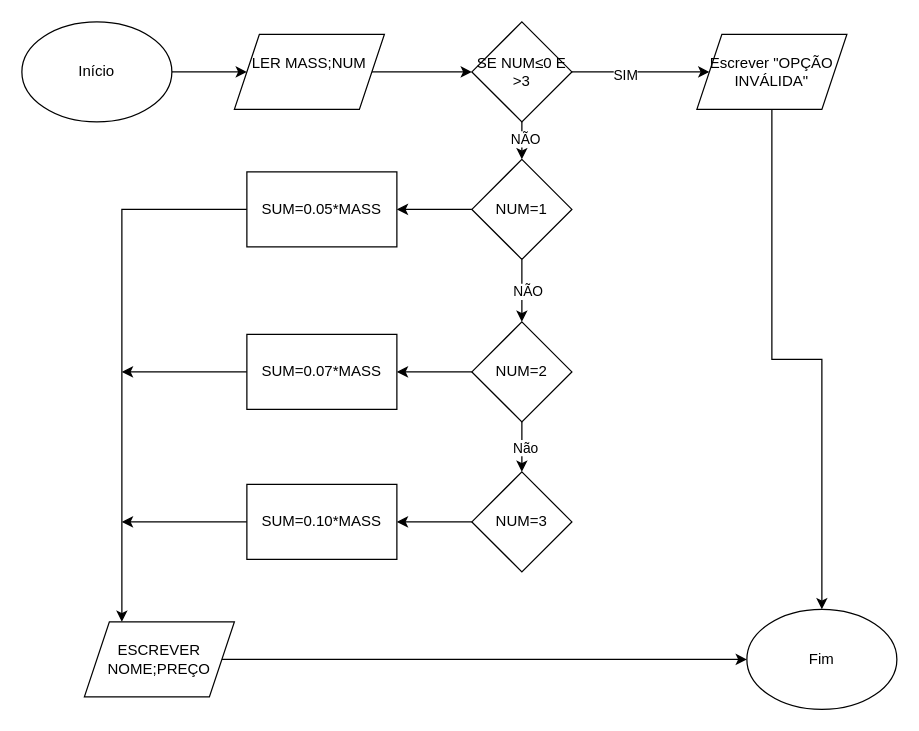
This is TEXTE EX10.drawio from Rato0101/Fluxogramas, a draw.io file, before an edit. Source tidied: cells renumbered, new cells numbered last; positions are measured from the earlier drawing's top-left corner, leaving out a move shared by most shapes. Both pictures are drawn from the tidied source at 125%, with x=0, y=0 at pixel (21, 21).
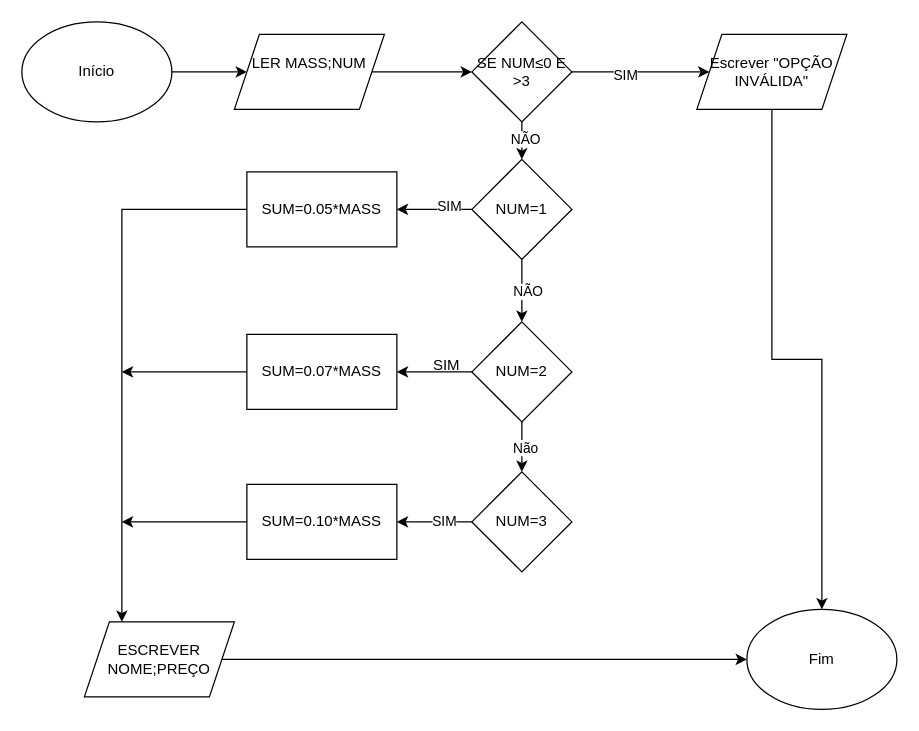
Above is the later version.

The change refers to these unchanged cells:
```xml
<mxCell id="11" style="edgeStyle=orthogonalEdgeStyle;rounded=0;jettySize=auto;html=1;" parent="1" edge="1" source="12" target="31">
  <mxGeometry relative="1" as="geometry" />
</mxCell>
<mxCell id="19" style="edgeStyle=orthogonalEdgeStyle;rounded=0;jettySize=auto;html=1;" parent="1" edge="1" source="20" target="10">
  <mxGeometry relative="1" as="geometry" />
</mxCell>
```

The edit, as a diff of the source:
```diff
@@
+    <mxCell id="32" value="SIM" style="edgeLabel;html=1;align=center;verticalAlign=middle;" parent="11" vertex="1">
+      <mxGeometry x="-0.23" y="-1" relative="1" as="geometry" />
+    </mxCell>
@@
+    <mxCell id="33" value="SIM" style="edgeLabel;html=1;align=center;verticalAlign=middle;" parent="19" vertex="1">
+      <mxGeometry x="-0.37" y="-3" relative="1" as="geometry" />
+    </mxCell>
@@
+    <mxCell id="34" value="SIM" style="text;html=1;whiteSpace=wrap;strokeColor=none;fillColor=none;align=center;verticalAlign=middle;rounded=0;" parent="1" vertex="1">
+      <mxGeometry x="310" y="260" width="60" height="30" as="geometry" />
+    </mxCell>
```
